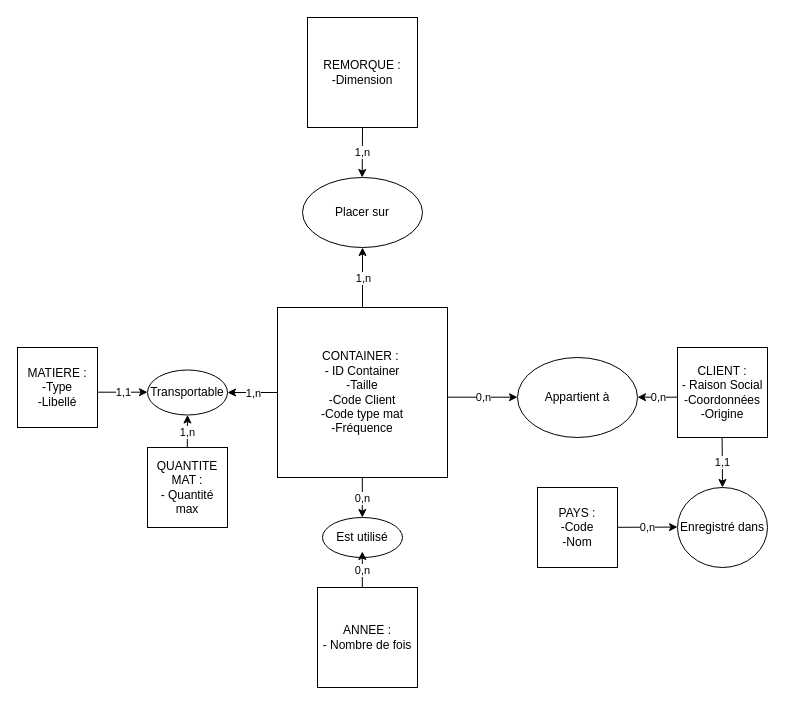
Earlier version of the draw.io diagram BDD/ExoMERISE1_QUESTION2.drawio (TrancalyT/Formation). Source tidied: cells renumbered, new cells numbered last; positions are measured from the earlier drawing's top-left corner, leaving out a move shared by most shapes. Both pictures are drawn from the tidied source at 100%, with x=0, y=0 at pixel (17, 17).
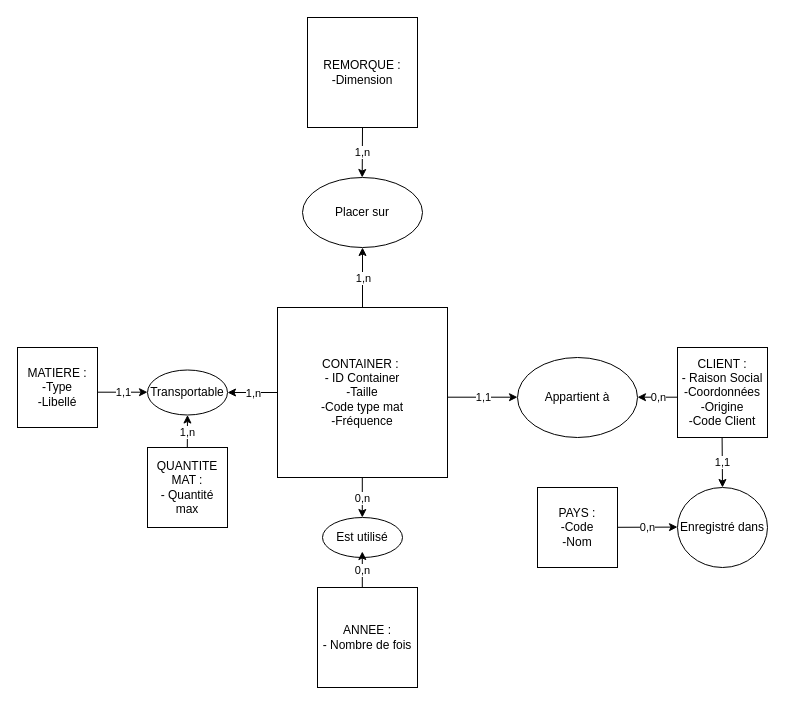
Above is the later version.

The change refers to these unchanged cells:
```xml
<mxCell id="11" style="endArrow=classic;html=1;" parent="1" edge="1">
  <mxGeometry relative="1" as="geometry">
    <mxPoint x="430" y="379.7" as="sourcePoint" />
    <mxPoint x="500" y="379.7" as="targetPoint" />
  </mxGeometry>
</mxCell>
```

Diff of the diagram source:
```diff
@@
-    <mxCell id="2" value="CONTAINER :&amp;nbsp;&lt;br&gt;- ID Container&lt;br&gt;-Taille&lt;br&gt;-Code Client&lt;br&gt;-Code type mat&lt;br&gt;-Fréquence" style="whiteSpace=wrap;html=1;" parent="1" vertex="1">
+    <mxCell id="2" value="CONTAINER :&amp;nbsp;&lt;br&gt;- ID Container&lt;br&gt;-Taille&lt;br&gt;-Code type mat&lt;br&gt;-Fréquence" style="whiteSpace=wrap;html=1;" parent="1" vertex="1">
       <mxGeometry x="260" y="290" width="170" height="170" as="geometry" />
     </mxCell>
@@
-    <mxCell id="9" value="CLIENT :&lt;br&gt;- Raison Social&lt;br&gt;-Coordonnées&lt;br&gt;-Origine" style="whiteSpace=wrap;html=1;" parent="1" vertex="1">
+    <mxCell id="9" value="CLIENT :&lt;br&gt;- Raison Social&lt;br&gt;-Coordonnées&lt;br&gt;-Origine&lt;br&gt;-Code Client" style="whiteSpace=wrap;html=1;" parent="1" vertex="1">
       <mxGeometry x="660" y="330" width="90" height="90" as="geometry" />
     </mxCell>
@@
-    <mxCell id="12" value="0,n" style="edgeLabel;html=1;align=center;verticalAlign=middle;" parent="11" vertex="1">
+    <mxCell id="12" value="1,1" style="edgeLabel;html=1;align=center;verticalAlign=middle;" parent="11" vertex="1">
       <mxGeometry relative="1" as="geometry" />
     </mxCell>
```
